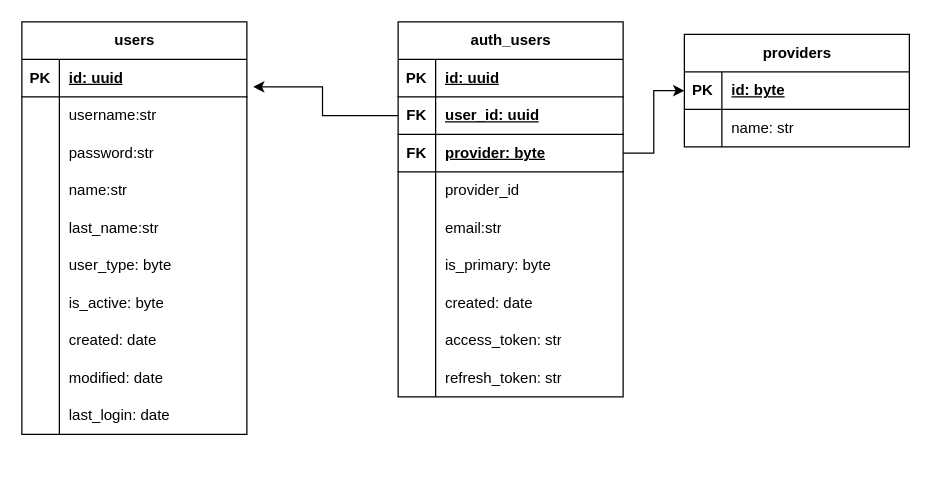
Before: src/schemas/Diagrama sin título.drawio in 11chuchu11/automail, a draw.io diagram. Source tidied: cells renumbered, new cells numbered last; positions are measured from the earlier drawing's top-left corner, leaving out a move shared by most shapes. Both pictures are drawn from the tidied source at 125%, with x=0, y=0 at pixel (21, 21).
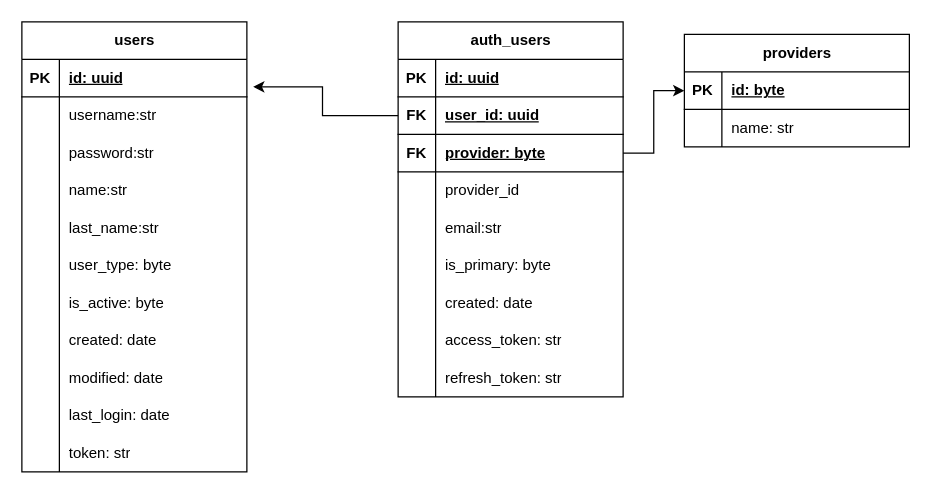
The same page after the edit.

Change to the diagram source:
```diff
@@
     <mxCell id="2" value="users" style="shape=table;startSize=30;childLayout=tableLayout;rowLines=0;fontStyle=1;align=center;html=1;" parent="1" vertex="1">
-      <mxGeometry width="180" height="330" as="geometry" />
+      <mxGeometry width="180" height="360" as="geometry" />
     </mxCell>
@@
+    <mxCell id="70" style="shape=tableRow;horizontal=0;startSize=0;swimlaneHead=0;swimlaneBody=0;fillColor=none;top=0;left=0;right=0;bottom=0;" parent="2" vertex="1">
+      <mxGeometry y="330" width="180" height="30" as="geometry" />
+    </mxCell>
+    <mxCell id="71" style="shape=partialRectangle;fillColor=none;top=0;left=0;bottom=0;right=0;overflow=hidden;whiteSpace=wrap;html=1;" parent="70" vertex="1">
+      <mxGeometry width="30" height="30" as="geometry" />
+    </mxCell>
+    <mxCell id="72" value="token: str" style="shape=partialRectangle;fillColor=none;top=0;left=0;bottom=0;right=0;align=left;spacingLeft=6;overflow=hidden;whiteSpace=wrap;html=1;" parent="70" vertex="1">
+      <mxGeometry x="30" width="150" height="30" as="geometry" />
+    </mxCell>
```
